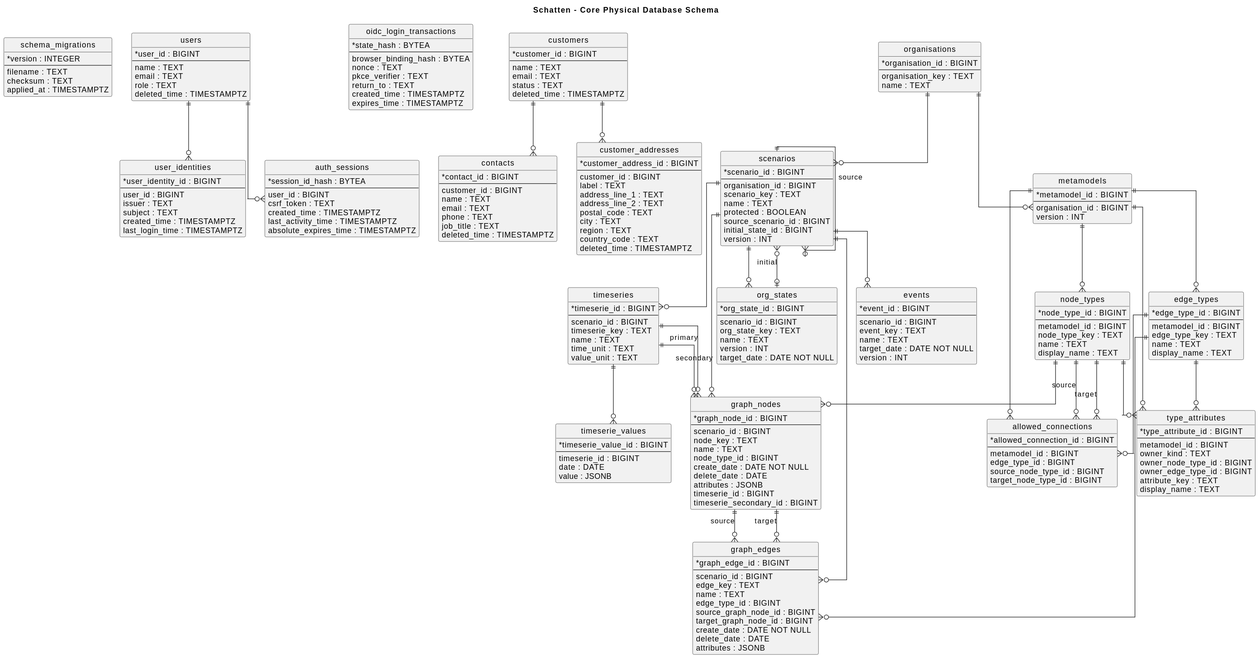
lupaus-eu/shadow keeps this PlantUML diagram as docs/diagrams/generated/db-physical-schema.svg. Above is the earlier version.
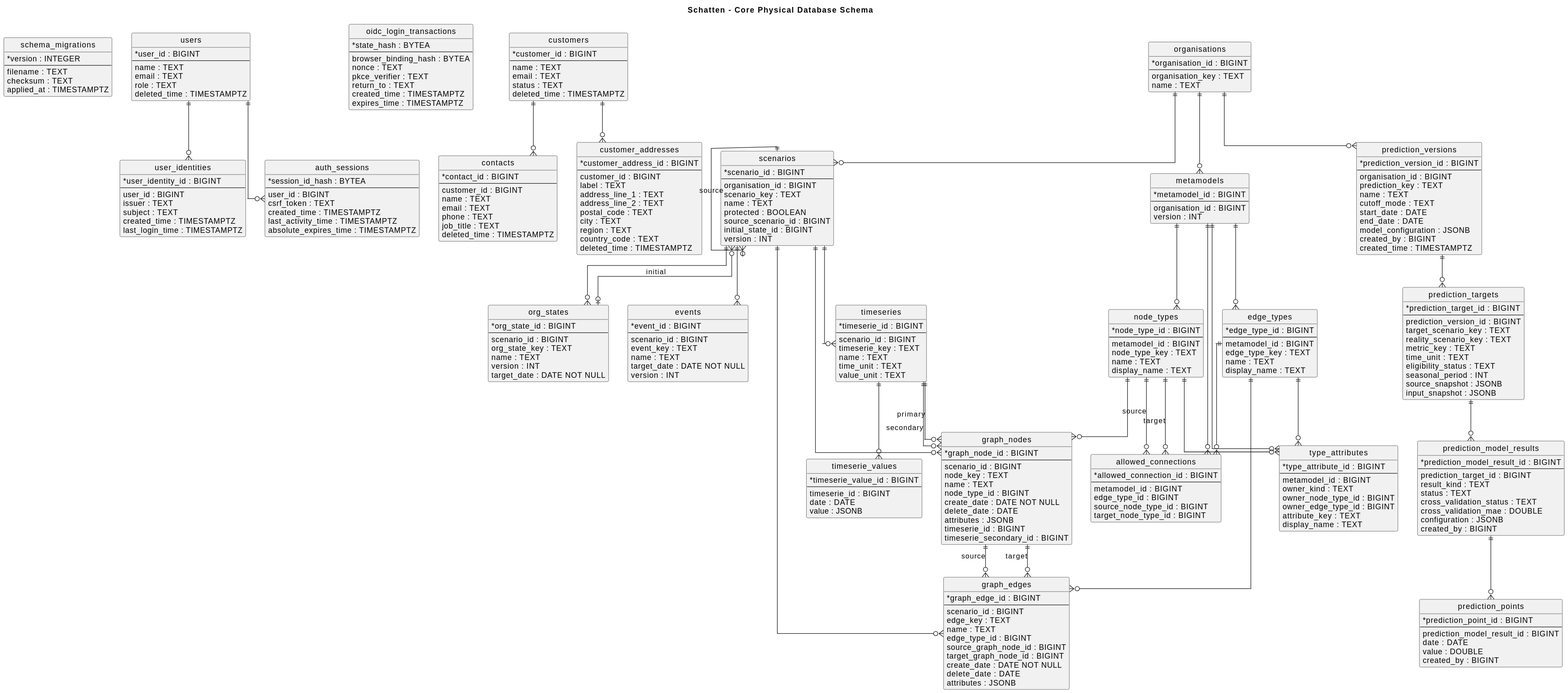
The same file after the commit.

What changed in the source:
```diff
@@ -217,6 +217,55 @@
   value : JSONB
 }
 
+entity "prediction_versions" as prediction_versions {
+  * prediction_version_id : BIGINT
+  --
+  organisation_id : BIGINT
+  prediction_key : TEXT
+  name : TEXT
+  cutoff_mode : TEXT
+  start_date : DATE
+  end_date : DATE
+  model_configuration : JSONB
+  created_by : BIGINT
+  created_time : TIMESTAMPTZ
+}
+
+entity "prediction_targets" as prediction_targets {
+  * prediction_target_id : BIGINT
+  --
+  prediction_version_id : BIGINT
+  target_scenario_key : TEXT
+  reality_scenario_key : TEXT
+  metric_key : TEXT
+  time_unit : TEXT
+  eligibility_status : TEXT
+  seasonal_period : INT
+  source_snapshot : JSONB
+  input_snapshot : JSONB
+}
+
+entity "prediction_model_results" as prediction_model_results {
+  * prediction_model_result_id : BIGINT
+  --
+  prediction_target_id : BIGINT
+  result_kind : TEXT
+  status : TEXT
+  cross_validation_status : TEXT
+  cross_validation_mae : DOUBLE
+  configuration : JSONB
+  created_by : BIGINT
+}
+
+entity "prediction_points" as prediction_points {
+  * prediction_point_id : BIGINT
+  --
+  prediction_model_result_id : BIGINT
+  date : DATE
+  value : DOUBLE
+  created_by : BIGINT
+}
+
 organisations ||--o{ scenarios
 users ||--o{ user_identities
 users ||--o{ auth_sessions
@@ -244,6 +293,10 @@
 graph_nodes ||--o{ graph_edges : source
 graph_nodes ||--o{ graph_edges : target
 timeseries ||--o{ timeserie_values
+organisations ||--o{ prediction_versions
+prediction_versions ||--o{ prediction_targets
+prediction_targets ||--o{ prediction_model_results
+prediction_model_results ||--o{ prediction_points
 timeseries ||--o{ graph_nodes : primary
 timeseries ||--o{ graph_nodes : secondary
 @enduml
```
